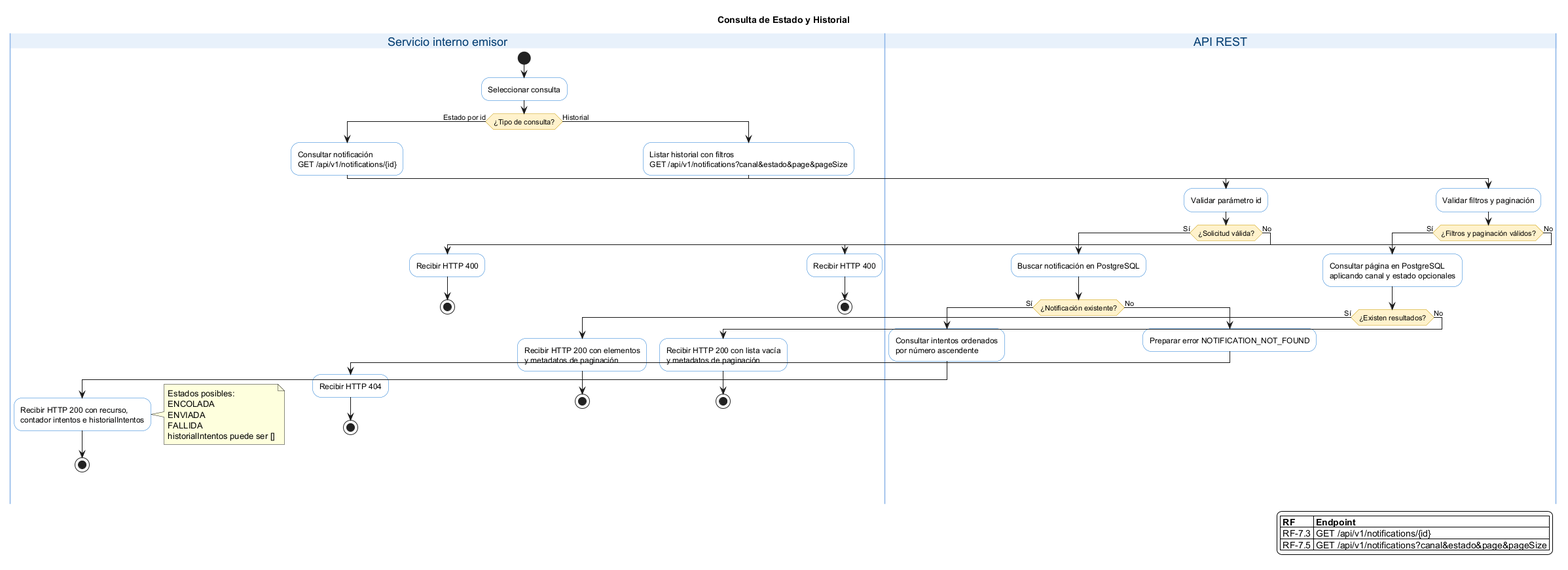
This is notificaciones-architecture/diagrams/BP/consulta-estado-envio/notificaciones-03-bp-consulta-historial.png from Frosmin/tigoBootcamp, a PlantUML export, as it was before one commit.
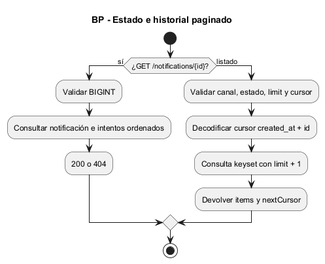
Later version of the same file.

Change to the diagram source:
```diff
@@ -1,86 +1,15 @@
 @startuml notificaciones-03-bp-consulta-historial
-
-title Consulta de Estado y Historial
-
-skinparam backgroundColor white
-skinparam shadowing false
-skinparam activity {
-    BackgroundColor white
-    BorderColor #1676D2
-    FontColor #000000
-    DiamondBackgroundColor #FFF2CC
-    DiamondBorderColor #C99A00
-    StartColor #222222
-    EndColor #222222
-    BarColor #1676D2
-}
-skinparam swimlane {
-    BorderColor #8AB4E8
-    TitleBackgroundColor #E8F1FB
-    TitleFontColor #003B70
-}
-
-|Servicio interno emisor|
+title BP - Estado e historial paginado
 start
-:Seleccionar consulta;
-
-if (¿Tipo de consulta?) then (Estado por id)
-    :Consultar notificación\nGET /api/v1/notifications/{id};
-    |API REST|
-    :Validar parámetro id;
-    if (¿Solicitud válida?) then (Sí)
-        :Buscar notificación en PostgreSQL;
-        if (¿Notificación existente?) then (Sí)
-            :Consultar intentos ordenados\npor número ascendente;
-            |Servicio interno emisor|
-            :Recibir HTTP 200 con recurso,\ncontador intentos e historialIntentos;
-            note right
-              Estados posibles:
-              ENCOLADA
-              ENVIADA
-              FALLIDA
-              historialIntentos puede ser []
-            end note
-            stop
-        else (No)
-            |API REST|
-            :Preparar error NOTIFICATION_NOT_FOUND;
-            |Servicio interno emisor|
-            :Recibir HTTP 404;
-            stop
-        endif
-    else (No)
-        |Servicio interno emisor|
-        :Recibir HTTP 400;
-        stop
-    endif
-
-else (Historial)
-    :Listar historial con filtros\nGET /api/v1/notifications?canal&estado&page&pageSize;
-    |API REST|
-    :Validar filtros y paginación;
-    if (¿Filtros y paginación válidos?) then (Sí)
-        :Consultar página en PostgreSQL\naplicando canal y estado opcionales;
-        if (¿Existen resultados?) then (Sí)
-            |Servicio interno emisor|
-            :Recibir HTTP 200 con elementos\ny metadatos de paginación;
-            stop
-        else (No)
-            |Servicio interno emisor|
-            :Recibir HTTP 200 con lista vacía\ny metadatos de paginación;
-            stop
-        endif
-    else (No)
-        |Servicio interno emisor|
-        :Recibir HTTP 400;
-        stop
-    endif
+if (¿GET /notifications/{id}?) then (sí)
+  :Validar BIGINT;
+  :Consultar notificación e intentos ordenados;
+  :200 o 404;
+else (listado)
+  :Validar canal, estado, limit y cursor;
+  :Decodificar cursor created_at + id;
+  :Consulta keyset con limit + 1;
+  :Devolver items y nextCursor;
 endif
-
-legend right
-|= RF |= Endpoint |
-| RF-7.3 | GET /api/v1/notifications/{id} |
-| RF-7.5 | GET /api/v1/notifications?canal&estado&page&pageSize |
-endlegend
-
+stop
 @enduml
```
